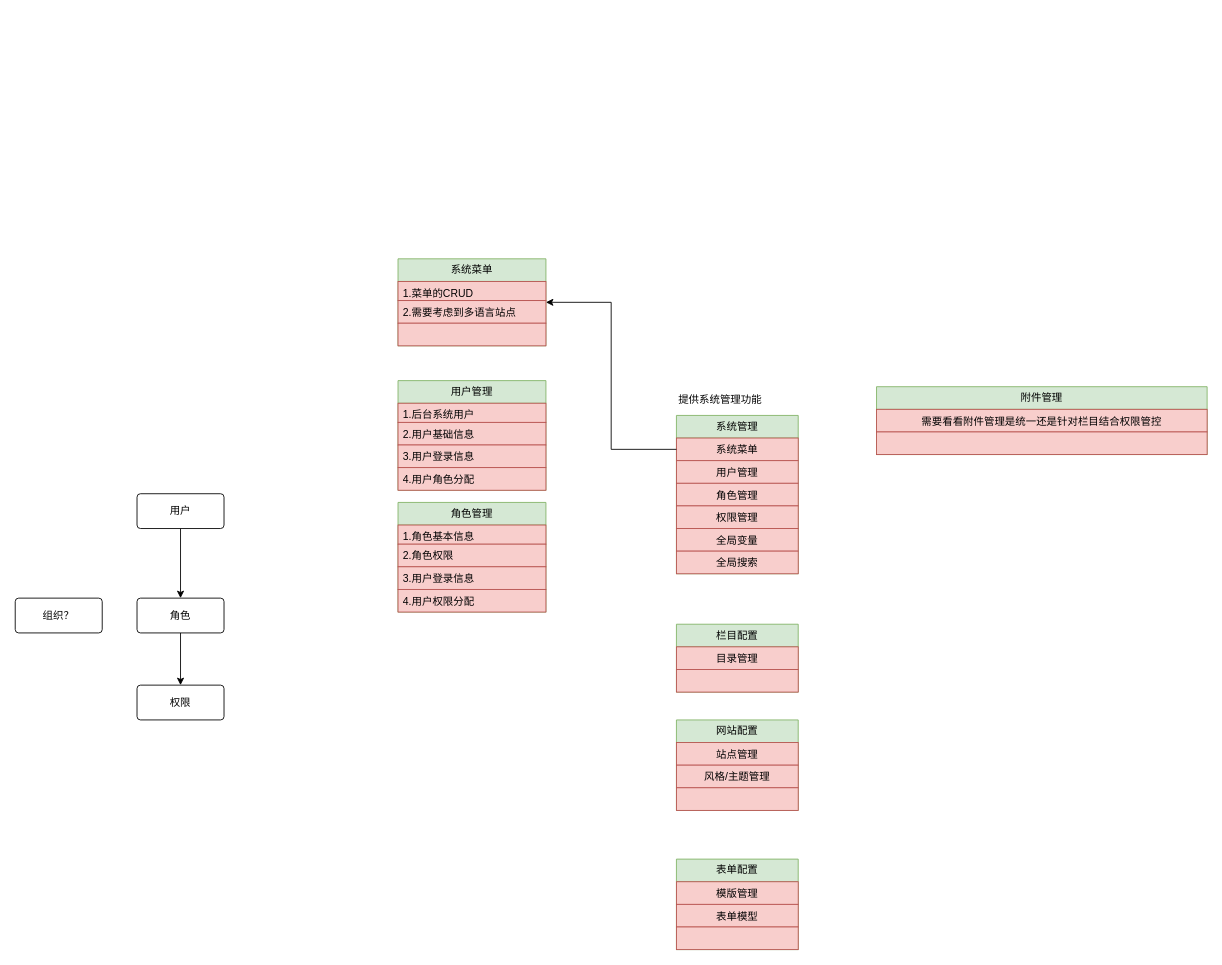
Before: page "CMS技术架构" (3 of 3) of design-uml/thought work.drawio in alvin-zj/MyUml, a draw.io diagram. Source tidied: cells renumbered, new cells numbered last; positions are measured from the earlier drawing's top-left corner, leaving out a move shared by most shapes. Both pictures are drawn from the tidied source at 87%, with x=0, y=0 at pixel (15, 258).
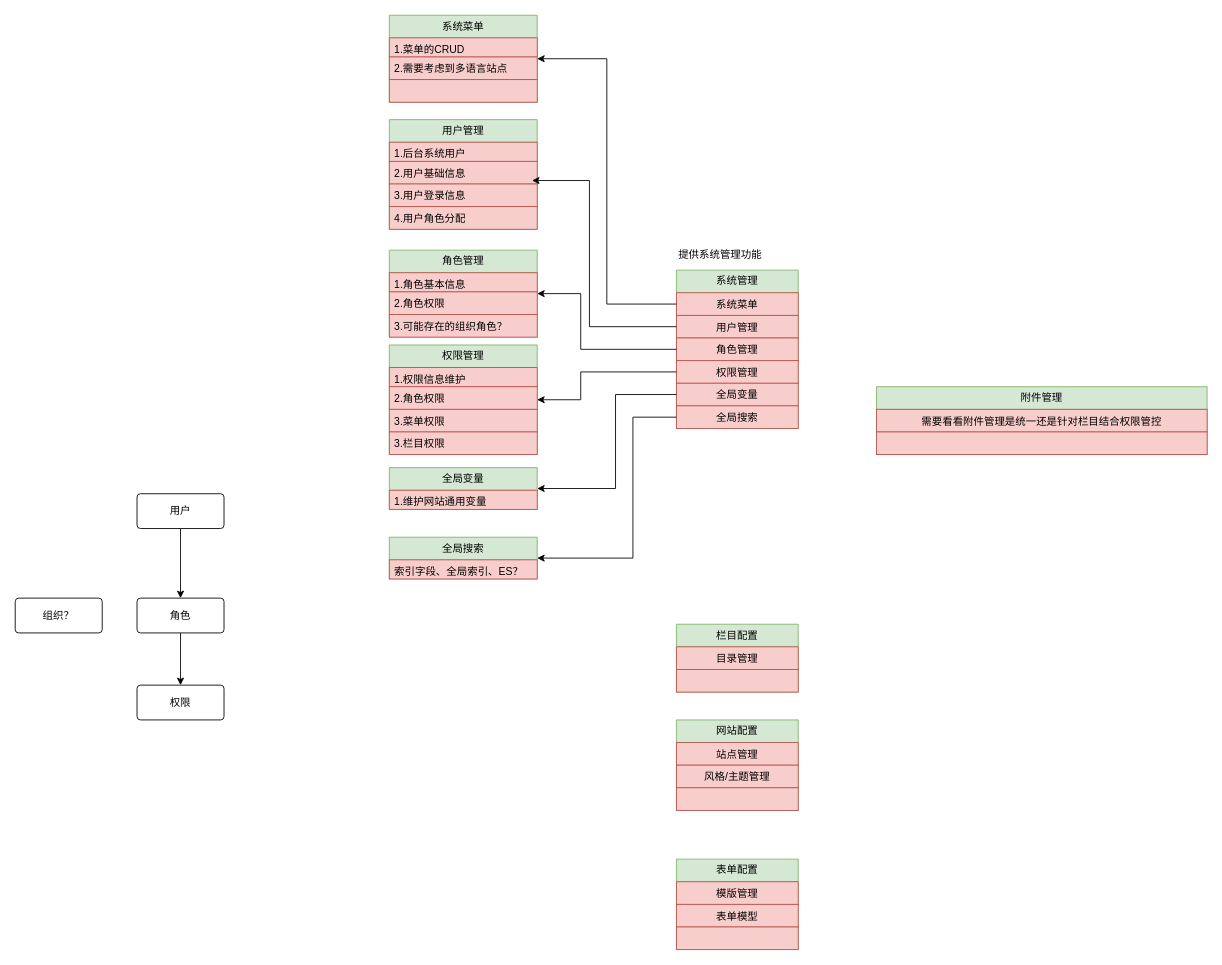
After the change.

Unchanged cells that the change refers to:
```xml
<mxCell id="4" value="用户管理" style="text;strokeColor=#b85450;fillColor=#f8cecc;align=center;verticalAlign=top;spacingLeft=4;spacingRight=4;overflow=hidden;points=[[0,0.5],[1,0.5]];portConstraint=eastwest;whiteSpace=wrap;html=1;" parent="2" vertex="1">
  <mxGeometry y="52" width="140" height="26" as="geometry" />
</mxCell>
<mxCell id="5" value="角色管理" style="text;strokeColor=#b85450;fillColor=#f8cecc;align=center;verticalAlign=top;spacingLeft=4;spacingRight=4;overflow=hidden;points=[[0,0.5],[1,0.5]];portConstraint=eastwest;whiteSpace=wrap;html=1;" parent="2" vertex="1">
  <mxGeometry y="78" width="140" height="26" as="geometry" />
</mxCell>
<mxCell id="6" value="权限管理" style="text;strokeColor=#b85450;fillColor=#f8cecc;align=center;verticalAlign=top;spacingLeft=4;spacingRight=4;overflow=hidden;points=[[0,0.5],[1,0.5]];portConstraint=eastwest;whiteSpace=wrap;html=1;" parent="2" vertex="1">
  <mxGeometry y="104" width="140" height="26" as="geometry" />
</mxCell>
<mxCell id="7" value="全局变量" style="text;strokeColor=#b85450;fillColor=#f8cecc;align=center;verticalAlign=top;spacingLeft=4;spacingRight=4;overflow=hidden;points=[[0,0.5],[1,0.5]];portConstraint=eastwest;whiteSpace=wrap;html=1;" parent="2" vertex="1">
  <mxGeometry y="130" width="140" height="26" as="geometry" />
</mxCell>
<mxCell id="8" value="全局搜索" style="text;strokeColor=#b85450;fillColor=#f8cecc;align=center;verticalAlign=top;spacingLeft=4;spacingRight=4;overflow=hidden;points=[[0,0.5],[1,0.5]];portConstraint=eastwest;whiteSpace=wrap;html=1;" parent="2" vertex="1">
  <mxGeometry y="156" width="140" height="26" as="geometry" />
</mxCell>
<mxCell id="31" value="3.用户登录信息" style="text;strokeColor=#b85450;fillColor=#f8cecc;align=left;verticalAlign=top;spacingLeft=4;spacingRight=4;overflow=hidden;points=[[0,0.5],[1,0.5]];portConstraint=eastwest;whiteSpace=wrap;html=1;" parent="28" vertex="1">
  <mxGeometry y="74" width="170" height="26" as="geometry" />
</mxCell>
```

Change to the diagram source:
```diff
@@
     <mxCell id="2" value="系统管理" style="swimlane;fontStyle=0;horizontal=1;startSize=26;fillColor=#d5e8d4;whiteSpace=wrap;html=1;strokeColor=#82b366;" parent="1" vertex="1">
-      <mxGeometry x="760" y="180" width="140" height="182" as="geometry" />
+      <mxGeometry x="760" y="13" width="140" height="182" as="geometry" />
     </mxCell>
@@
     <mxCell id="23" value="提供系统管理功能" style="text;html=1;align=center;verticalAlign=middle;strokeColor=none;fillColor=none;" parent="1" vertex="1">
-      <mxGeometry x="750" y="147" width="120" height="30" as="geometry" />
+      <mxGeometry x="750" y="-20" width="120" height="30" as="geometry" />
     </mxCell>
     <mxCell id="24" value="系统菜单" style="swimlane;fontStyle=0;horizontal=1;startSize=26;fillColor=#d5e8d4;whiteSpace=wrap;html=1;strokeColor=#82b366;" parent="1" vertex="1">
-      <mxGeometry x="440" width="170" height="100" as="geometry" />
+      <mxGeometry x="430" y="-280" width="170" height="100" as="geometry" />
     </mxCell>
@@
     <mxCell id="28" value="用户管理" style="swimlane;fontStyle=0;horizontal=1;startSize=26;fillColor=#d5e8d4;whiteSpace=wrap;html=1;strokeColor=#82b366;" parent="1" vertex="1">
-      <mxGeometry x="440" y="140" width="170" height="126" as="geometry" />
+      <mxGeometry x="430" y="-160" width="170" height="126" as="geometry" />
     </mxCell>
@@
     <mxCell id="34" value="角色管理" style="swimlane;fontStyle=0;horizontal=1;startSize=26;fillColor=#d5e8d4;whiteSpace=wrap;html=1;strokeColor=#82b366;" parent="1" vertex="1">
-      <mxGeometry x="440" y="280" width="170" height="126" as="geometry" />
+      <mxGeometry x="430" y="-10" width="170" height="100" as="geometry" />
     </mxCell>
@@
-    <mxCell id="37" value="3.用户登录信息" style="text;strokeColor=#b85450;fillColor=#f8cecc;align=left;verticalAlign=top;spacingLeft=4;spacingRight=4;overflow=hidden;whiteSpace=wrap;html=1;" parent="34" vertex="1">
+    <mxCell id="37" value="3.可能存在的组织角色？" style="text;strokeColor=#b85450;fillColor=#f8cecc;align=left;verticalAlign=top;spacingLeft=4;spacingRight=4;overflow=hidden;whiteSpace=wrap;html=1;" parent="34" vertex="1">
       <mxGeometry y="74" width="170" height="26" as="geometry" />
     </mxCell>
-    <mxCell id="38" value="4.用户权限分配" style="text;strokeColor=#b85450;fillColor=#f8cecc;align=left;verticalAlign=top;spacingLeft=4;spacingRight=4;overflow=hidden;whiteSpace=wrap;html=1;" parent="34" vertex="1">
-      <mxGeometry y="100" width="170" height="26" as="geometry" />
-    </mxCell>
@@
+    <mxCell id="45" style="edgeStyle=orthogonalEdgeStyle;rounded=0;jettySize=auto;html=1;entryX=0.965;entryY=-0.154;entryDx=0;entryDy=0;entryPerimeter=0;" parent="1" edge="1" source="4" target="31">
+      <mxGeometry relative="1" as="geometry">
+        <Array as="points">
+          <mxPoint x="660" y="78" />
+          <mxPoint x="660" y="-90" />
+        </Array>
+      </mxGeometry>
+    </mxCell>
+    <mxCell id="46" style="edgeStyle=orthogonalEdgeStyle;rounded=0;jettySize=auto;html=1;entryX=1;entryY=0.5;entryDx=0;entryDy=0;" parent="1" edge="1" source="5" target="34">
+      <mxGeometry relative="1" as="geometry">
+        <Array as="points">
+          <mxPoint x="650" y="104" />
+          <mxPoint x="650" y="40" />
+        </Array>
+      </mxGeometry>
+    </mxCell>
+    <mxCell id="47" value="权限管理" style="swimlane;fontStyle=0;horizontal=1;startSize=26;fillColor=#d5e8d4;whiteSpace=wrap;html=1;strokeColor=#82b366;" parent="1" vertex="1">
+      <mxGeometry x="430" y="99" width="170" height="126" as="geometry" />
+    </mxCell>
+    <mxCell id="48" value="1.权限信息维护" style="text;strokeColor=#b85450;fillColor=#f8cecc;align=left;verticalAlign=top;spacingLeft=4;spacingRight=4;overflow=hidden;whiteSpace=wrap;html=1;" parent="47" vertex="1">
+      <mxGeometry y="26" width="170" height="22" as="geometry" />
+    </mxCell>
+    <mxCell id="49" value="2.角色权限" style="text;strokeColor=#b85450;fillColor=#f8cecc;align=left;verticalAlign=top;spacingLeft=4;spacingRight=4;overflow=hidden;whiteSpace=wrap;html=1;" parent="47" vertex="1">
+      <mxGeometry y="48" width="170" height="26" as="geometry" />
+    </mxCell>
+    <mxCell id="50" value="3.菜单权限" style="text;strokeColor=#b85450;fillColor=#f8cecc;align=left;verticalAlign=top;spacingLeft=4;spacingRight=4;overflow=hidden;whiteSpace=wrap;html=1;" parent="47" vertex="1">
+      <mxGeometry y="74" width="170" height="26" as="geometry" />
+    </mxCell>
+    <mxCell id="51" value="3.栏目权限" style="text;strokeColor=#b85450;fillColor=#f8cecc;align=left;verticalAlign=top;spacingLeft=4;spacingRight=4;overflow=hidden;whiteSpace=wrap;html=1;" parent="47" vertex="1">
+      <mxGeometry y="100" width="170" height="26" as="geometry" />
+    </mxCell>
+    <mxCell id="52" style="edgeStyle=orthogonalEdgeStyle;rounded=0;jettySize=auto;html=1;entryX=1;entryY=0.5;entryDx=0;entryDy=0;" parent="1" edge="1" source="6" target="47">
+      <mxGeometry relative="1" as="geometry">
+        <Array as="points">
+          <mxPoint x="650" y="130" />
+          <mxPoint x="650" y="162" />
+        </Array>
+      </mxGeometry>
+    </mxCell>
+    <mxCell id="53" value="全局变量" style="swimlane;fontStyle=0;horizontal=1;startSize=26;fillColor=#d5e8d4;whiteSpace=wrap;html=1;strokeColor=#82b366;" parent="1" vertex="1">
+      <mxGeometry x="430" y="240" width="170" height="48" as="geometry" />
+    </mxCell>
+    <mxCell id="54" value="1.维护网站通用变量" style="text;strokeColor=#b85450;fillColor=#f8cecc;align=left;verticalAlign=top;spacingLeft=4;spacingRight=4;overflow=hidden;whiteSpace=wrap;html=1;" parent="53" vertex="1">
+      <mxGeometry y="26" width="170" height="22" as="geometry" />
+    </mxCell>
+    <mxCell id="55" style="edgeStyle=orthogonalEdgeStyle;rounded=0;jettySize=auto;html=1;entryX=1;entryY=0.5;entryDx=0;entryDy=0;" parent="1" edge="1" source="7" target="53">
+      <mxGeometry relative="1" as="geometry">
+        <Array as="points">
+          <mxPoint x="690" y="156" />
+          <mxPoint x="690" y="264" />
+        </Array>
+      </mxGeometry>
+    </mxCell>
+    <mxCell id="56" value="全局搜索" style="swimlane;fontStyle=0;horizontal=1;startSize=26;fillColor=#d5e8d4;whiteSpace=wrap;html=1;strokeColor=#82b366;" parent="1" vertex="1">
+      <mxGeometry x="430" y="320" width="170" height="48" as="geometry" />
+    </mxCell>
+    <mxCell id="57" value="索引字段、全局索引、ES？&lt;div&gt;&lt;br&gt;&lt;/div&gt;" style="text;strokeColor=#b85450;fillColor=#f8cecc;align=left;verticalAlign=top;spacingLeft=4;spacingRight=4;overflow=hidden;whiteSpace=wrap;html=1;" parent="56" vertex="1">
+      <mxGeometry y="26" width="170" height="22" as="geometry" />
+    </mxCell>
+    <mxCell id="58" style="edgeStyle=orthogonalEdgeStyle;rounded=0;jettySize=auto;html=1;entryX=1;entryY=0.5;entryDx=0;entryDy=0;" parent="1" edge="1" source="8" target="56">
+      <mxGeometry relative="1" as="geometry">
+        <Array as="points">
+          <mxPoint x="710" y="182" />
+          <mxPoint x="710" y="344" />
+        </Array>
+      </mxGeometry>
+    </mxCell>
```
